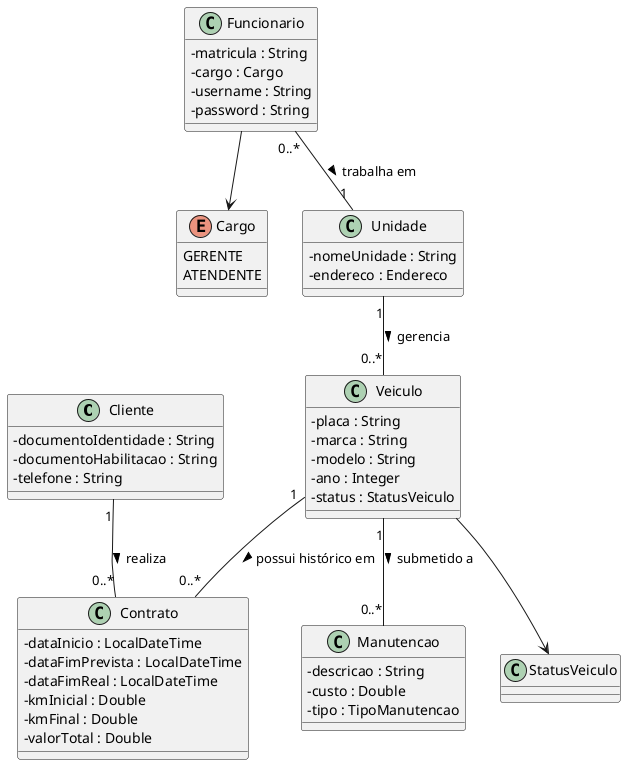
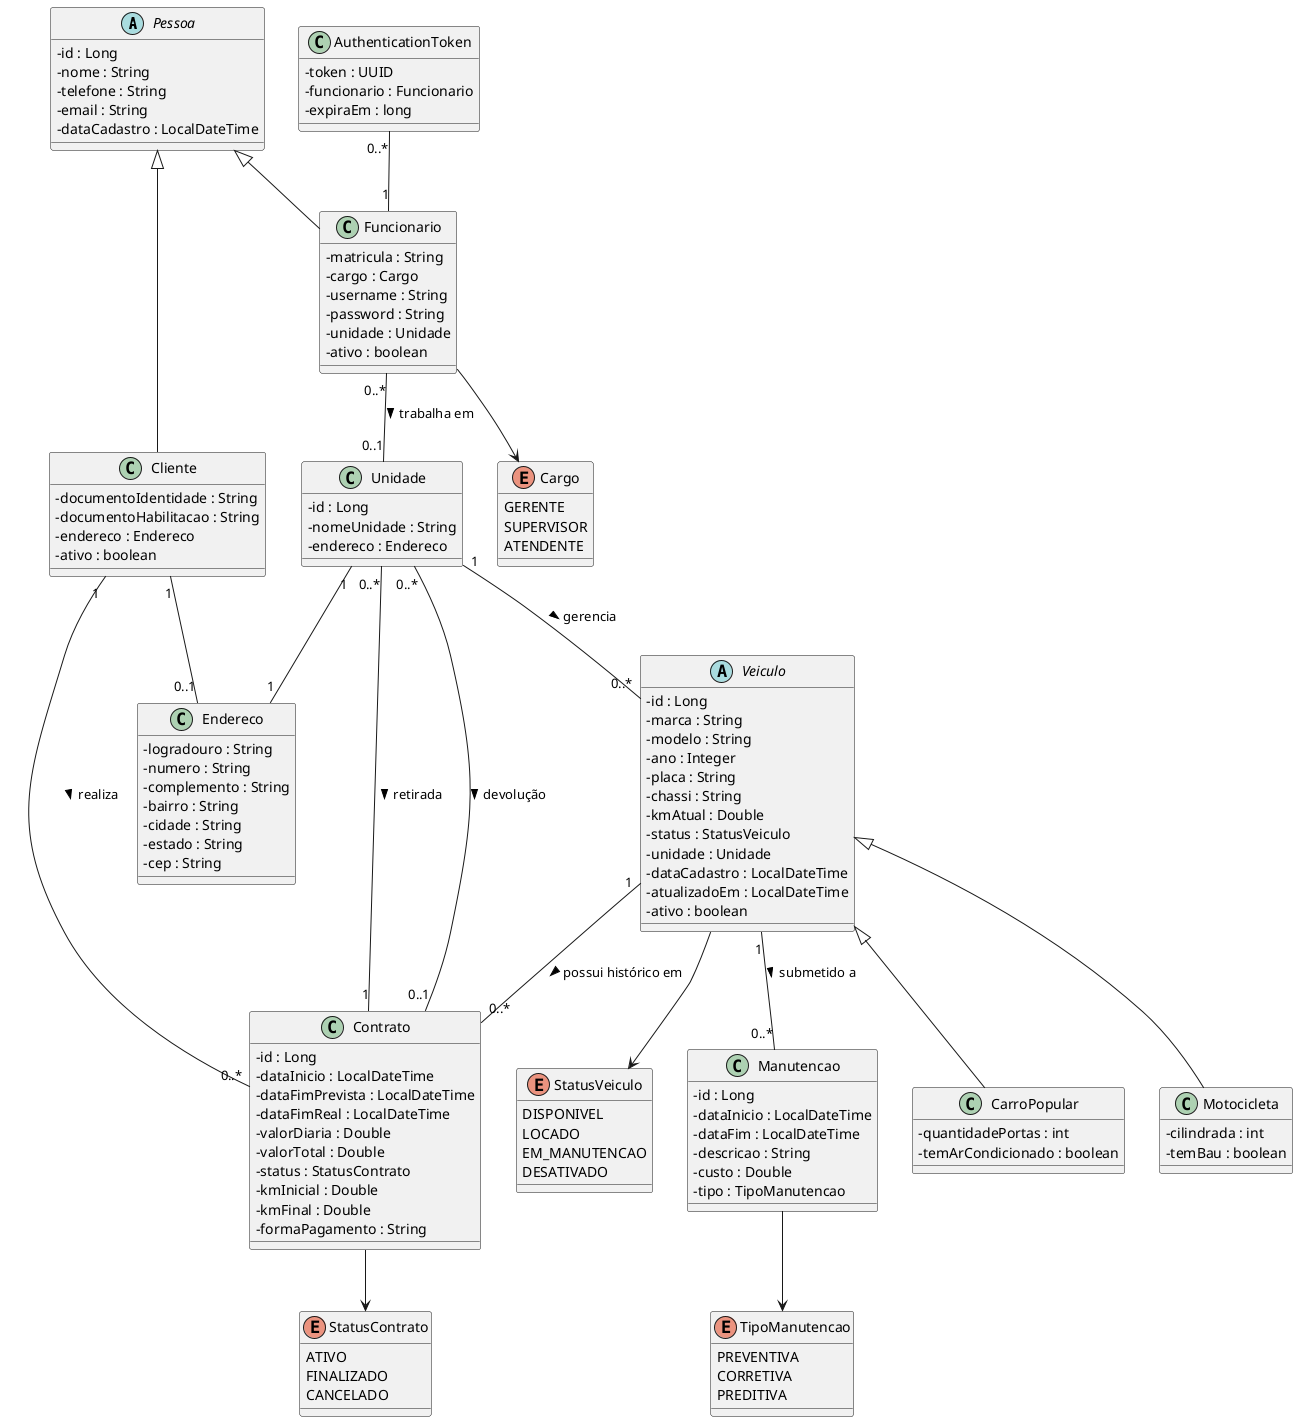
@startuml
skinparam classAttributeIconSize 0
+ 
+ abstract class Pessoa {
+   - id : Long
+   - nome : String
+   - telefone : String
+   - email : String
+   - dataCadastro : LocalDateTime
+ }

class Cliente {
  - documentoIdentidade : String
  - documentoHabilitacao : String
-   - telefone : String
+   - endereco : Endereco
+   - ativo : boolean
}

class Funcionario {
  - matricula : String
  - cargo : Cargo
  - username : String
  - password : String
+   - unidade : Unidade
+   - ativo : boolean
}

enum Cargo {
  GERENTE
+   SUPERVISOR
  ATENDENTE
}

+ class AuthenticationToken {
+   - token : UUID
+   - funcionario : Funcionario
+   - expiraEm : long
+ }
+ 
+ class Endereco {
+   - logradouro : String
+   - numero : String
+   - complemento : String
+   - bairro : String
+   - cidade : String
+   - estado : String
+   - cep : String
+ }
+ 
class Unidade {
+   - id : Long
  - nomeUnidade : String
  - endereco : Endereco
}

- class Veiculo {
-   - placa : String
+ abstract class Veiculo {
+   - id : Long
  - marca : String
  - modelo : String
  - ano : Integer
+   - placa : String
+   - chassi : String
+   - kmAtual : Double
  - status : StatusVeiculo
+   - unidade : Unidade
+   - dataCadastro : LocalDateTime
+   - atualizadoEm : LocalDateTime
+   - ativo : boolean
+ }
+ 
+ class CarroPopular {
+   - quantidadePortas : int
+   - temArCondicionado : boolean
+ }
+ 
+ class Motocicleta {
+   - cilindrada : int
+   - temBau : boolean
+ }
+ 
+ enum StatusVeiculo {
+   DISPONIVEL
+   LOCADO
+   EM_MANUTENCAO
+   DESATIVADO
}

class Contrato {
+   - id : Long
  - dataInicio : LocalDateTime
  - dataFimPrevista : LocalDateTime
  - dataFimReal : LocalDateTime
+   - valorDiaria : Double
+   - valorTotal : Double
+   - status : StatusContrato
  - kmInicial : Double
  - kmFinal : Double
-   - valorTotal : Double
+   - formaPagamento : String
+ }
+ 
+ enum StatusContrato {
+   ATIVO
+   FINALIZADO
+   CANCELADO
}

class Manutencao {
+   - id : Long
+   - dataInicio : LocalDateTime
+   - dataFim : LocalDateTime
  - descricao : String
  - custo : Double
  - tipo : TipoManutencao
}

- Funcionario "0..*" -- "1" Unidade : trabalha em >
+ enum TipoManutencao {
+   PREVENTIVA
+   CORRETIVA
+   PREDITIVA
+ }
+ 
+ Pessoa <|-- Cliente
+ Pessoa <|-- Funcionario
+ Funcionario --> Cargo
+ Funcionario "0..*" -- "0..1" Unidade : trabalha em >
+ AuthenticationToken "0..*" -- "1" Funcionario
+ Unidade "1" -- "1" Endereco
+ Cliente "1" -- "0..1" Endereco
Unidade "1" -- "0..*" Veiculo : gerencia >
+ Veiculo <|-- CarroPopular
+ Veiculo <|-- Motocicleta
+ Veiculo --> StatusVeiculo
Cliente "1" -- "0..*" Contrato : realiza >
Veiculo "1" -- "0..*" Contrato : possui histórico em >
+ Contrato --> StatusContrato
+ Unidade "0..*" -- "1" Contrato : retirada >
+ Unidade "0..*" -- "0..1" Contrato : devolução >
Veiculo "1" -- "0..*" Manutencao : submetido a >
- Funcionario --> Cargo
- Veiculo --> StatusVeiculo
+ Manutencao --> TipoManutencao

@enduml
